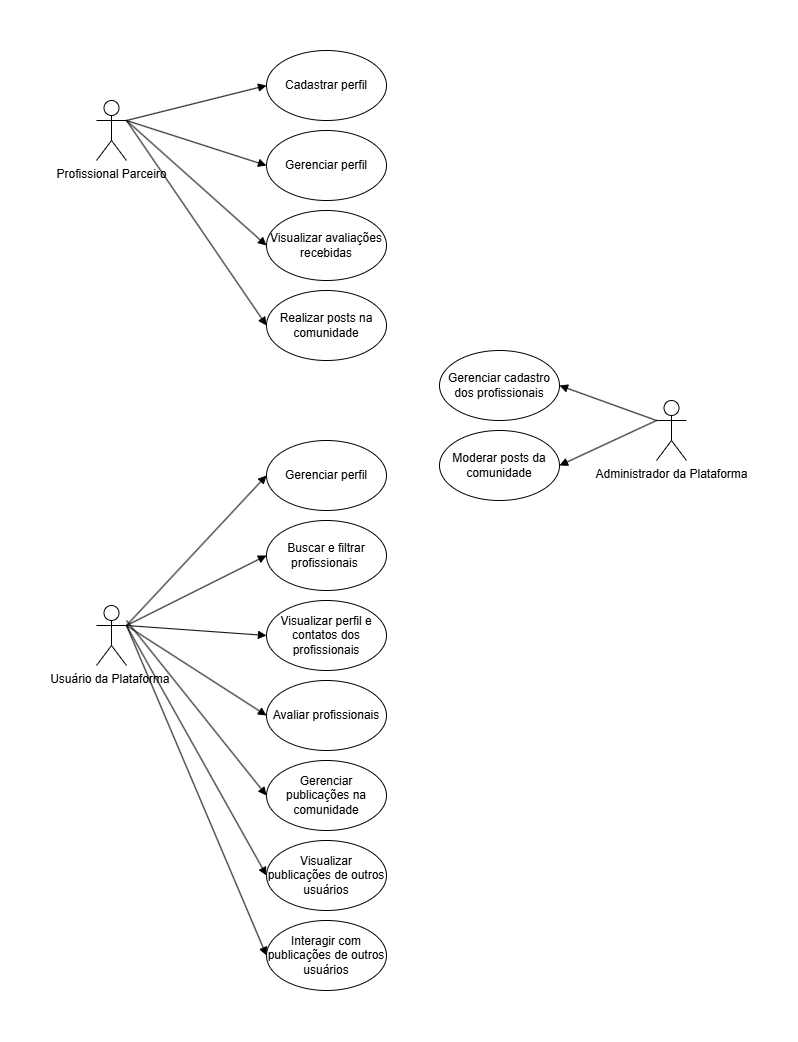
Above: docs/img/Diagrama_caso_de_uso_maes.drawio.png in ICEI-PUC-Minas-PMV-SI/pmv-si-2026-1-pe3-t3-maes-em-foco (draw.io), before the change. Source tidied: cells renumbered, new cells last; positions are measured from the earlier drawing's top-left corner, leaving out a move shared by most shapes.
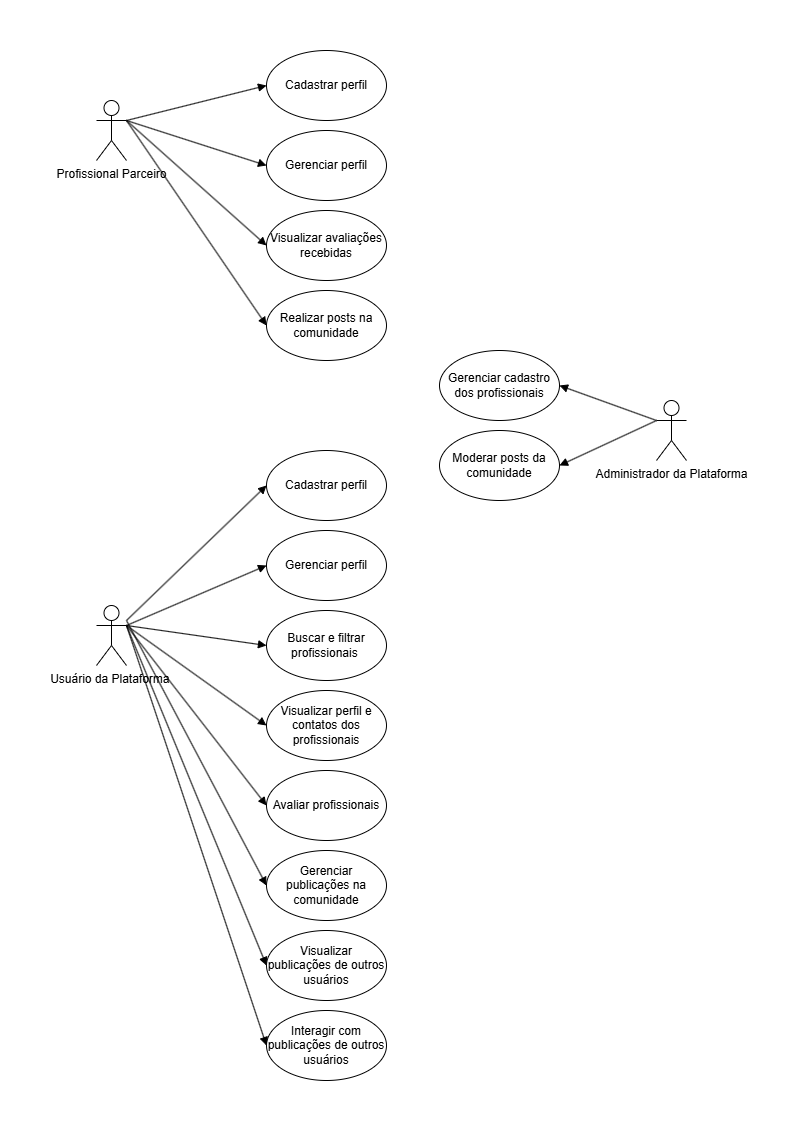
After the commit.

Change to the diagram source:
```diff
@@ -15,25 +15,25 @@
       <mxGeometry y="555" width="30" height="60" as="geometry" />
     </mxCell>
     <mxCell id="6" value="Gerenciar perfil" style="ellipse;whiteSpace=wrap;html=1;" parent="1" vertex="1">
-      <mxGeometry x="170" y="390" width="120" height="70" as="geometry" />
+      <mxGeometry x="170" y="480" width="120" height="70" as="geometry" />
     </mxCell>
     <mxCell id="7" value="Visualizar perfil e contatos dos profissionais" style="ellipse;whiteSpace=wrap;html=1;" parent="1" vertex="1">
-      <mxGeometry x="170" y="550" width="120" height="70" as="geometry" />
+      <mxGeometry x="170" y="640" width="120" height="70" as="geometry" />
     </mxCell>
     <mxCell id="8" value="Avaliar profissionais" style="ellipse;whiteSpace=wrap;html=1;" parent="1" vertex="1">
-      <mxGeometry x="170" y="630" width="120" height="70" as="geometry" />
+      <mxGeometry x="170" y="720" width="120" height="70" as="geometry" />
     </mxCell>
     <mxCell id="9" value="Buscar e filtrar profissionais&amp;nbsp;" style="ellipse;whiteSpace=wrap;html=1;" parent="1" vertex="1">
-      <mxGeometry x="170" y="470" width="120" height="70" as="geometry" />
+      <mxGeometry x="170" y="560" width="120" height="70" as="geometry" />
     </mxCell>
     <mxCell id="10" value="Visualizar publicações de outros usuários" style="ellipse;whiteSpace=wrap;html=1;" parent="1" vertex="1">
-      <mxGeometry x="170" y="790" width="120" height="70" as="geometry" />
+      <mxGeometry x="170" y="880" width="120" height="70" as="geometry" />
     </mxCell>
     <mxCell id="11" value="Gerenciar publicações na comunidade" style="ellipse;whiteSpace=wrap;html=1;" parent="1" vertex="1">
-      <mxGeometry x="170" y="710" width="120" height="70" as="geometry" />
+      <mxGeometry x="170" y="800" width="120" height="70" as="geometry" />
     </mxCell>
     <mxCell id="12" value="Interagir com publicações de outros usuários" style="ellipse;whiteSpace=wrap;html=1;" parent="1" vertex="1">
-      <mxGeometry x="170" y="870" width="120" height="70" as="geometry" />
+      <mxGeometry x="170" y="960" width="120" height="70" as="geometry" />
     </mxCell>
     <mxCell id="13" style="html=1;verticalAlign=bottom;endArrow=block;curved=0;rounded=0;entryX=0;entryY=0.5;entryDx=0;entryDy=0;exitX=1;exitY=0.3333333333333333;exitDx=0;exitDy=0;exitPerimeter=0;" parent="1" edge="1" source="2" target="3">
       <mxGeometry relative="1" as="geometry" />
@@ -93,5 +93,13 @@
         <mxPoint x="30" y="70" as="sourcePoint" />
       </mxGeometry>
     </mxCell>
+    <mxCell id="31" value="Cadastrar perfil" style="ellipse;whiteSpace=wrap;html=1;" parent="1" vertex="1">
+      <mxGeometry x="170" y="400" width="120" height="70" as="geometry" />
+    </mxCell>
+    <mxCell id="32" style="html=1;verticalAlign=bottom;endArrow=block;curved=0;rounded=0;entryX=0;entryY=0.5;entryDx=0;entryDy=0;" parent="1" edge="1" target="31">
+      <mxGeometry relative="1" as="geometry">
+        <mxPoint x="30" y="570" as="sourcePoint" />
+      </mxGeometry>
+    </mxCell>
   </root>
 </mxGraphModel>
```
